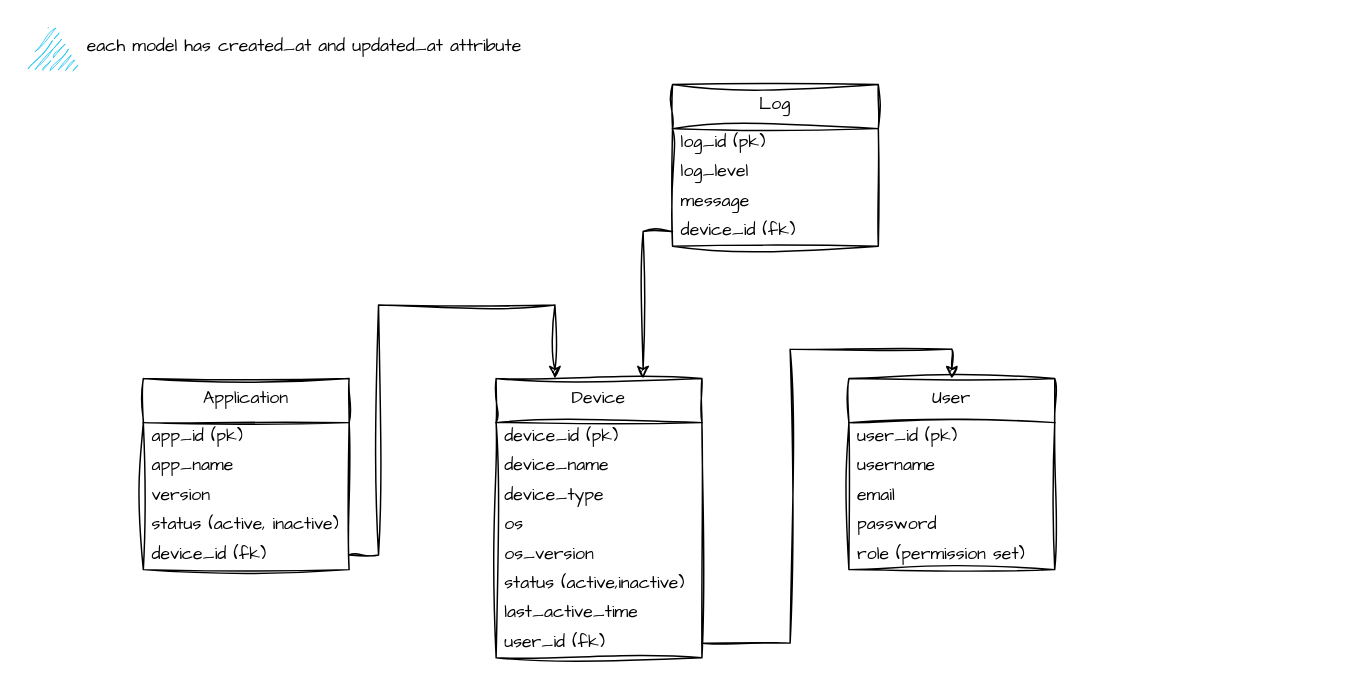
ay-sbu/mdm-project keeps this draw.io diagram as page "server-app-database-uml" (2 of 4) of docs/diagrams.drawio. Above is the earlier version. Source tidied: cells renumbered, new cells numbered last; positions are measured from the earlier drawing's top-left corner, leaving out a move shared by most shapes. Both pictures are drawn from the tidied source at 147%, with x=0, y=0 at pixel (25, 25).
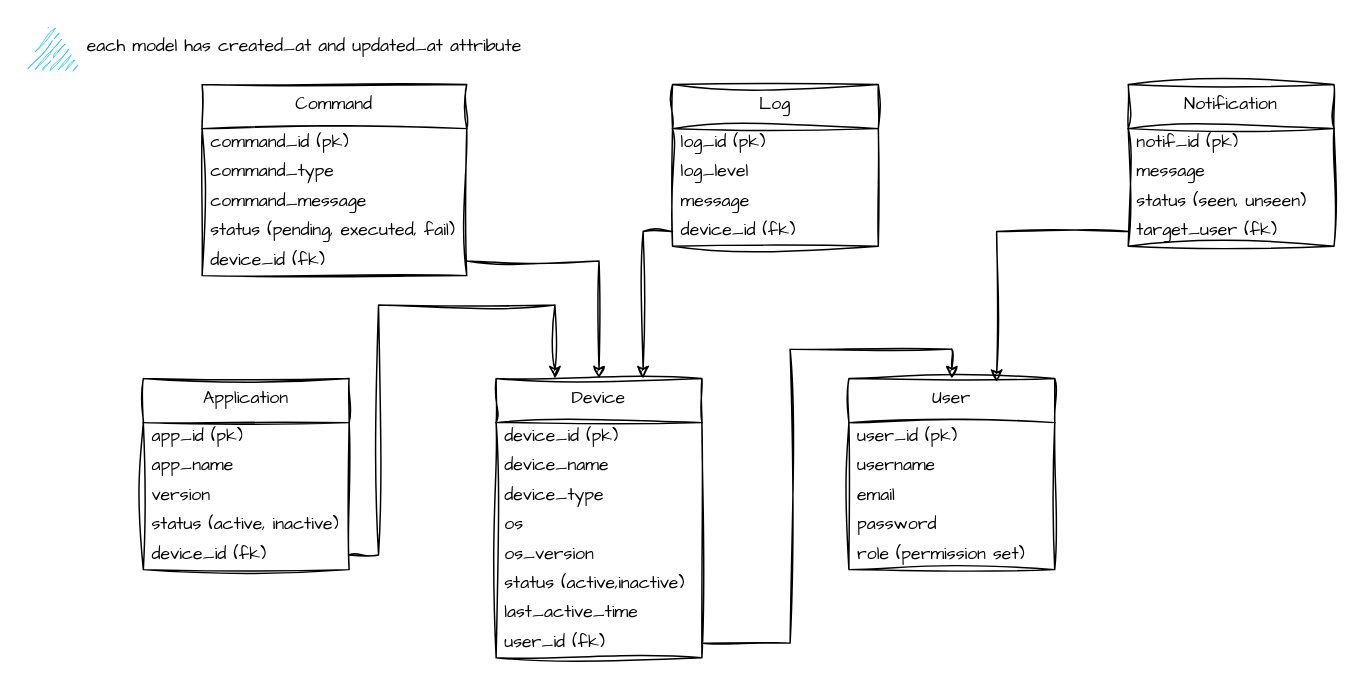
After the change.

The change refers to these unchanged cells:
```xml
<mxCell id="7" value="User" style="swimlane;fontStyle=0;align=center;verticalAlign=top;horizontal=1;startSize=30;html=1;whiteSpace=wrap;sketch=1;hachureGap=4;jiggle=2;curveFitting=1;fontFamily=Architects Daughter;" parent="1" vertex="1">
  <mxGeometry x="560" y="240" width="140" height="130" as="geometry" />
</mxCell>
<mxCell id="13" value="Device" style="swimlane;fontStyle=0;align=center;verticalAlign=top;horizontal=1;startSize=30;html=1;whiteSpace=wrap;sketch=1;hachureGap=4;jiggle=2;curveFitting=1;fontFamily=Architects Daughter;" parent="1" vertex="1">
  <mxGeometry x="320" y="240" width="140" height="190" as="geometry" />
</mxCell>
```

Change to the diagram source:
```diff
@@
+    <mxCell id="33" style="edgeStyle=orthogonalEdgeStyle;rounded=0;sketch=1;hachureGap=4;jiggle=2;curveFitting=1;jettySize=auto;html=1;fontFamily=Architects Daughter;entryX=0.718;entryY=0.018;entryDx=0;entryDy=0;entryPerimeter=0;" parent="1" edge="1" source="38" target="7">
+      <mxGeometry relative="1" as="geometry" />
+    </mxCell>
+    <mxCell id="34" value="Notification" style="swimlane;fontStyle=0;align=center;verticalAlign=top;horizontal=1;startSize=30;html=1;whiteSpace=wrap;sketch=1;hachureGap=4;jiggle=2;curveFitting=1;fontFamily=Architects Daughter;" parent="1" vertex="1">
+      <mxGeometry x="750" y="40" width="140" height="110" as="geometry" />
+    </mxCell>
+    <mxCell id="35" value="notif_id (pk)" style="text;html=1;strokeColor=none;fillColor=none;align=left;verticalAlign=middle;spacingLeft=4;spacingRight=4;overflow=hidden;whiteSpace=wrap;fontFamily=Architects Daughter;" parent="34" vertex="1">
+      <mxGeometry y="30" width="140" height="20" as="geometry" />
+    </mxCell>
+    <mxCell id="36" value="message" style="text;html=1;strokeColor=none;fillColor=none;align=left;verticalAlign=middle;spacingLeft=4;spacingRight=4;overflow=hidden;whiteSpace=wrap;fontFamily=Architects Daughter;" parent="34" vertex="1">
+      <mxGeometry y="50" width="140" height="20" as="geometry" />
+    </mxCell>
+    <mxCell id="37" value="status (seen, unseen)" style="text;html=1;strokeColor=none;fillColor=none;align=left;verticalAlign=middle;spacingLeft=4;spacingRight=4;overflow=hidden;whiteSpace=wrap;fontFamily=Architects Daughter;" parent="34" vertex="1">
+      <mxGeometry y="70" width="140" height="20" as="geometry" />
+    </mxCell>
+    <mxCell id="38" value="target_user (fk)" style="text;html=1;strokeColor=none;fillColor=none;align=left;verticalAlign=middle;spacingLeft=4;spacingRight=4;overflow=hidden;points=[[0,0.5],[1,0.5]];portConstraint=eastwest;whiteSpace=wrap;fontFamily=Architects Daughter;" parent="34" vertex="1">
+      <mxGeometry y="90" width="140" height="20" as="geometry" />
+    </mxCell>
+    <mxCell id="39" value="Command" style="swimlane;fontStyle=0;align=center;verticalAlign=top;horizontal=1;startSize=30;html=1;whiteSpace=wrap;sketch=1;hachureGap=4;jiggle=2;curveFitting=1;fontFamily=Architects Daughter;" parent="1" vertex="1">
+      <mxGeometry x="120" y="40" width="180" height="130" as="geometry" />
+    </mxCell>
+    <mxCell id="40" value="command_id (pk)" style="text;html=1;strokeColor=none;fillColor=none;align=left;verticalAlign=middle;spacingLeft=4;spacingRight=4;overflow=hidden;whiteSpace=wrap;fontFamily=Architects Daughter;" parent="39" vertex="1">
+      <mxGeometry y="30" width="180" height="20" as="geometry" />
+    </mxCell>
+    <mxCell id="41" value="command_type" style="text;html=1;strokeColor=none;fillColor=none;align=left;verticalAlign=middle;spacingLeft=4;spacingRight=4;overflow=hidden;whiteSpace=wrap;fontFamily=Architects Daughter;" parent="39" vertex="1">
+      <mxGeometry y="50" width="180" height="20" as="geometry" />
+    </mxCell>
+    <mxCell id="42" value="command_message" style="text;html=1;strokeColor=none;fillColor=none;align=left;verticalAlign=middle;spacingLeft=4;spacingRight=4;overflow=hidden;whiteSpace=wrap;fontFamily=Architects Daughter;" parent="39" vertex="1">
+      <mxGeometry y="70" width="180" height="20" as="geometry" />
+    </mxCell>
+    <mxCell id="43" value="status (pending, executed, fail)" style="text;html=1;strokeColor=none;fillColor=none;align=left;verticalAlign=middle;spacingLeft=4;spacingRight=4;overflow=hidden;whiteSpace=wrap;fontFamily=Architects Daughter;" parent="39" vertex="1">
+      <mxGeometry y="90" width="180" height="20" as="geometry" />
+    </mxCell>
+    <mxCell id="44" value="device_id (fk)" style="text;html=1;strokeColor=none;fillColor=none;align=left;verticalAlign=middle;spacingLeft=4;spacingRight=4;overflow=hidden;points=[[0,0.5],[1,0.5]];portConstraint=eastwest;whiteSpace=wrap;fontFamily=Architects Daughter;" parent="39" vertex="1">
+      <mxGeometry y="110" width="180" height="20" as="geometry" />
+    </mxCell>
+    <mxCell id="45" style="edgeStyle=orthogonalEdgeStyle;rounded=0;sketch=1;hachureGap=4;jiggle=2;curveFitting=1;jettySize=auto;html=1;fontFamily=Architects Daughter;" parent="1" edge="1" source="44" target="13">
+      <mxGeometry relative="1" as="geometry" />
+    </mxCell>
```
